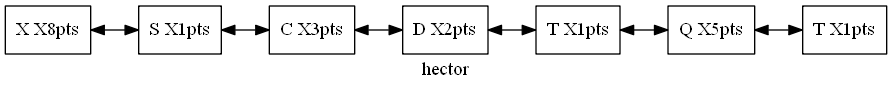
This is Reportes/ListaJugador.png from hr9457/EDD_1S2020_PY1_201314296, a Graphviz export, as it was before one commit. Its source is kept beside it as ArchivosDot/ListaJugador.dot.
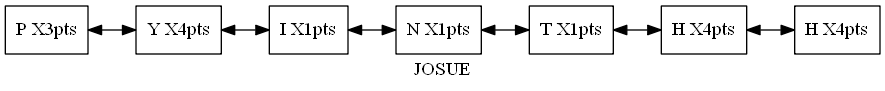
After the change.

Diff of the diagram source:
```diff
@@ -1,18 +1,18 @@
 digraph Lista {
 rankdir=LR;
 node [shape=record];
-Nodo0[label="X  X8pts"]
-Nodo1[label="S  X1pts"]
-Nodo2[label="C  X3pts"]
-Nodo3[label="D  X2pts"]
+Nodo0[label="P  X3pts"]
+Nodo1[label="Y  X4pts"]
+Nodo2[label="I  X1pts"]
+Nodo3[label="N  X1pts"]
 Nodo4[label="T  X1pts"]
-Nodo5[label="Q  X5pts"]
-Nodo6[label="T  X1pts"]
+Nodo5[label="H  X4pts"]
+Nodo6[label="H  X4pts"]
 Nodo0->Nodo1[dir=both];
 Nodo1->Nodo2[dir=both];
 Nodo2->Nodo3[dir=both];
 Nodo3->Nodo4[dir=both];
 Nodo4->Nodo5[dir=both];
 Nodo5->Nodo6[dir=both];
-label="hector";
+label="JOSUE";
 }
```
